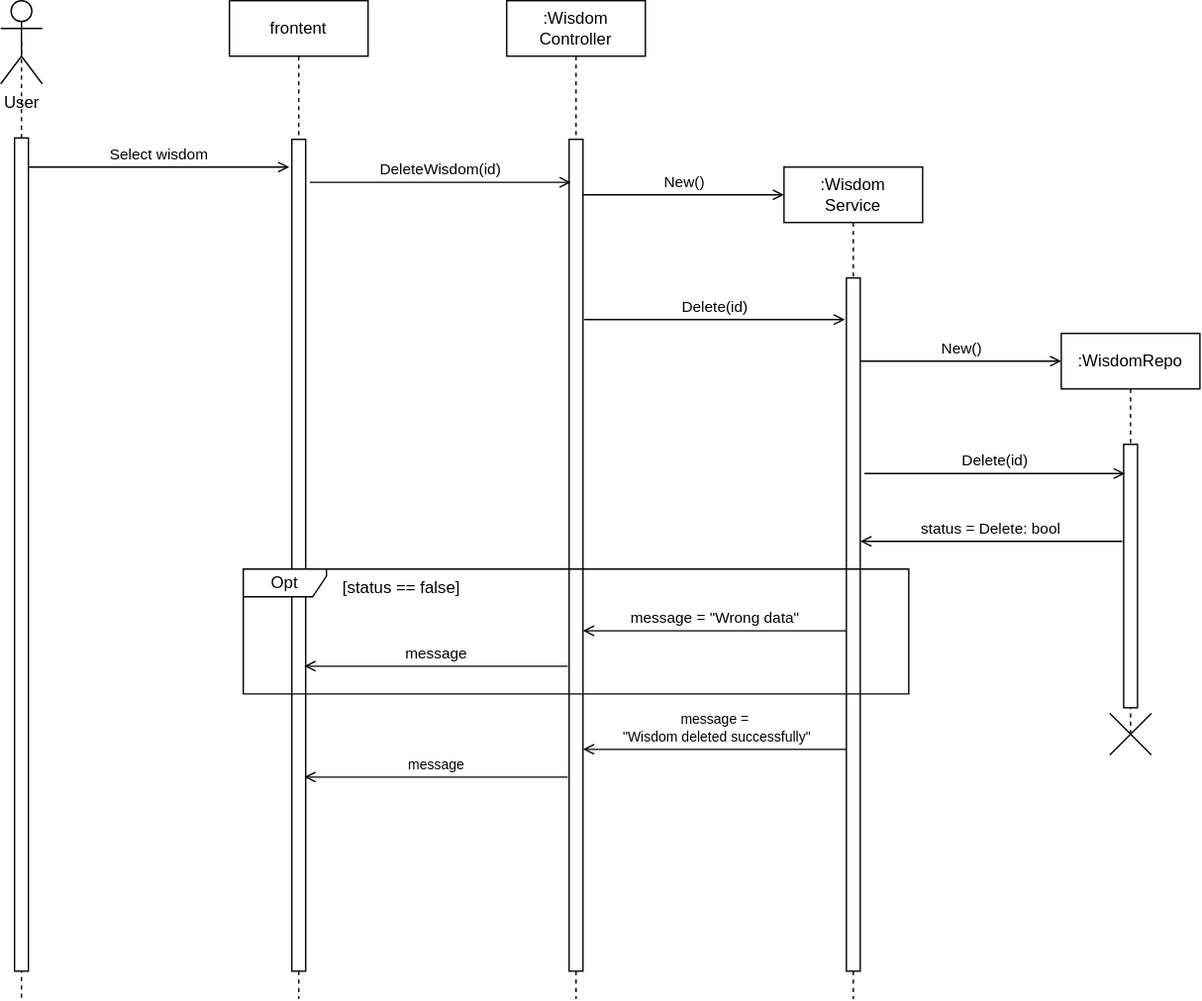
Before: Diagram/Sequence/Manage Wisdom (Delete).svg, a diagram exported from draw.io (Davidemad24/WisdomSystem). Source tidied: cells renumbered, new cells last; positions are measured from the earlier drawing's top-left corner, leaving out a move shared by most shapes. Its diagram source:
```xml
<mxGraphModel>
  <root>
    <mxCell id="0" />
    <mxCell id="1" parent="0" />
    <mxCell id="2" value=":Wisdom&lt;div&gt;Controller&lt;/div&gt;" style="shape=umlLifeline;perimeter=lifelinePerimeter;whiteSpace=wrap;html=1;newEdgeStyle={&quot;edgeStyle&quot;:&quot;elbowEdgeStyle&quot;,&quot;elbow&quot;:&quot;vertical&quot;,&quot;curved&quot;:0,&quot;rounded&quot;:0};" parent="1" vertex="1">
      <mxGeometry x="365" width="100" height="720" as="geometry" />
    </mxCell>
    <mxCell id="3" style="html=1;points=[];perimeter=orthogonalPerimeter;outlineConnect=0;targetShapes=umlLifeline;portConstraint=eastwest;newEdgeStyle={&quot;edgeStyle&quot;:&quot;elbowEdgeStyle&quot;,&quot;elbow&quot;:&quot;vertical&quot;,&quot;curved&quot;:0,&quot;rounded&quot;:0};" parent="2" vertex="1">
      <mxGeometry x="45" y="100" width="10" height="600" as="geometry" />
    </mxCell>
    <mxCell id="4" value=":Wisdom&lt;div&gt;Service&lt;/div&gt;" style="shape=umlLifeline;perimeter=lifelinePerimeter;whiteSpace=wrap;html=1;newEdgeStyle={&quot;edgeStyle&quot;:&quot;elbowEdgeStyle&quot;,&quot;elbow&quot;:&quot;vertical&quot;,&quot;curved&quot;:0,&quot;rounded&quot;:0};" parent="1" vertex="1">
      <mxGeometry x="565" y="120" width="100" height="600" as="geometry" />
    </mxCell>
    <mxCell id="5" style="html=1;perimeter=orthogonalPerimeter;targetShapes=umlLifeline;newEdgeStyle={&quot;edgeStyle&quot;:&quot;elbowEdgeStyle&quot;,&quot;elbow&quot;:&quot;vertical&quot;,&quot;curved&quot;:0,&quot;rounded&quot;:0};" parent="4" vertex="1">
      <mxGeometry x="45" y="80" width="10" height="500" as="geometry" />
    </mxCell>
    <mxCell id="6" value="User" style="shape=umlActor;verticalLabelPosition=bottom;verticalAlign=top;html=1;outlineConnect=0;" parent="1" vertex="1">
      <mxGeometry width="30" height="60" as="geometry" />
    </mxCell>
    <mxCell id="7" style="endArrow=none;dashed=1;html=1;rounded=0;entryX=0.5;entryY=0.5;entryDx=0;entryDy=0;entryPerimeter=0;" parent="1" edge="1" source="9" target="6">
      <mxGeometry relative="1" as="geometry" />
    </mxCell>
    <mxCell id="8" style="endArrow=none;dashed=1;html=1;rounded=0;entryX=0.5;entryY=0.5;entryDx=0;entryDy=0;entryPerimeter=0;" parent="1" edge="1" target="9">
      <mxGeometry relative="1" as="geometry">
        <mxPoint x="15" y="719.2" as="sourcePoint" />
      </mxGeometry>
    </mxCell>
    <mxCell id="9" style="rounded=0;whiteSpace=wrap;html=1;" parent="1" vertex="1">
      <mxGeometry x="10" y="99" width="10" height="601" as="geometry" />
    </mxCell>
    <mxCell id="10" value="DeleteWisdom(id)" style="html=1;verticalAlign=bottom;labelBackgroundColor=none;endArrow=open;endFill=0;rounded=0;exitX=1.28;exitY=0.094;exitDx=0;exitDy=0;exitPerimeter=0;" parent="1" edge="1">
      <mxGeometry relative="1" as="geometry">
        <mxPoint x="223" y="131" as="sourcePoint" />
        <mxPoint x="411.2" y="131" as="targetPoint" />
      </mxGeometry>
    </mxCell>
    <mxCell id="11" value=":WisdomRepo" style="shape=umlLifeline;perimeter=lifelinePerimeter;whiteSpace=wrap;html=1;newEdgeStyle={&quot;edgeStyle&quot;:&quot;elbowEdgeStyle&quot;,&quot;elbow&quot;:&quot;vertical&quot;,&quot;curved&quot;:0,&quot;rounded&quot;:0};" parent="1" vertex="1">
      <mxGeometry x="765" y="240" width="100" height="290" as="geometry" />
    </mxCell>
    <mxCell id="12" style="html=1;perimeter=orthogonalPerimeter;targetShapes=umlLifeline;newEdgeStyle={&quot;edgeStyle&quot;:&quot;elbowEdgeStyle&quot;,&quot;elbow&quot;:&quot;vertical&quot;,&quot;curved&quot;:0,&quot;rounded&quot;:0};" parent="11" vertex="1">
      <mxGeometry x="45" y="80" width="10" height="190" as="geometry" />
    </mxCell>
    <mxCell id="13" value="New()" style="html=1;verticalAlign=bottom;labelBackgroundColor=none;endArrow=open;endFill=0;rounded=0;" parent="1" edge="1" source="3">
      <mxGeometry relative="1" as="geometry">
        <mxPoint x="565" y="140" as="targetPoint" />
      </mxGeometry>
    </mxCell>
    <mxCell id="14" value="Delete(id)" style="html=1;verticalAlign=bottom;labelBackgroundColor=none;endArrow=open;endFill=0;rounded=0;exitX=1.28;exitY=0.094;exitDx=0;exitDy=0;exitPerimeter=0;" parent="1" edge="1">
      <mxGeometry relative="1" as="geometry">
        <mxPoint x="421" y="230" as="sourcePoint" />
        <mxPoint x="609" y="230" as="targetPoint" />
      </mxGeometry>
    </mxCell>
    <mxCell id="15" value="New()" style="html=1;verticalAlign=bottom;labelBackgroundColor=none;endArrow=open;endFill=0;rounded=0;" parent="1" edge="1">
      <mxGeometry relative="1" as="geometry">
        <mxPoint x="620" y="260" as="sourcePoint" />
        <mxPoint x="765" y="260" as="targetPoint" />
      </mxGeometry>
    </mxCell>
    <mxCell id="16" value="Delete(id)" style="html=1;verticalAlign=bottom;labelBackgroundColor=none;endArrow=open;endFill=0;rounded=0;exitX=1.28;exitY=0.094;exitDx=0;exitDy=0;exitPerimeter=0;" parent="1" edge="1">
      <mxGeometry relative="1" as="geometry">
        <mxPoint x="623" y="341" as="sourcePoint" />
        <mxPoint x="811" y="341" as="targetPoint" />
      </mxGeometry>
    </mxCell>
    <mxCell id="17" value="status = Delete: bool" style="html=1;verticalAlign=bottom;labelBackgroundColor=none;endArrow=open;endFill=0;rounded=0;" parent="1" edge="1">
      <mxGeometry relative="1" as="geometry">
        <mxPoint x="809" y="390" as="sourcePoint" />
        <mxPoint x="620" y="390" as="targetPoint" />
      </mxGeometry>
    </mxCell>
    <mxCell id="18" style="shape=umlDestroy;html=1;" parent="1" vertex="1">
      <mxGeometry x="800" y="514" width="30" height="30" as="geometry" />
    </mxCell>
    <mxCell id="19" value="&lt;span style=&quot;font-size: 10px;&quot;&gt;message&lt;/span&gt;" style="html=1;verticalAlign=bottom;labelBackgroundColor=none;endArrow=open;endFill=0;rounded=0;" parent="1" edge="1">
      <mxGeometry relative="1" as="geometry">
        <mxPoint x="409" y="560" as="sourcePoint" />
        <mxPoint x="219" y="560" as="targetPoint" />
      </mxGeometry>
    </mxCell>
    <mxCell id="20" value="frontent" style="shape=umlLifeline;perimeter=lifelinePerimeter;whiteSpace=wrap;html=1;newEdgeStyle={&quot;edgeStyle&quot;:&quot;elbowEdgeStyle&quot;,&quot;elbow&quot;:&quot;vertical&quot;,&quot;curved&quot;:0,&quot;rounded&quot;:0};" parent="1" vertex="1">
      <mxGeometry x="165" width="100" height="720" as="geometry" />
    </mxCell>
    <mxCell id="21" style="html=1;perimeter=orthogonalPerimeter;targetShapes=umlLifeline;newEdgeStyle={&quot;edgeStyle&quot;:&quot;elbowEdgeStyle&quot;,&quot;elbow&quot;:&quot;vertical&quot;,&quot;curved&quot;:0,&quot;rounded&quot;:0};" parent="20" vertex="1">
      <mxGeometry x="45" y="100" width="10" height="600" as="geometry" />
    </mxCell>
    <mxCell id="22" value="Opt" style="shape=umlFrame;whiteSpace=wrap;html=1;width=60;height=20;" parent="1" vertex="1">
      <mxGeometry x="175" y="410" width="480" height="90" as="geometry" />
    </mxCell>
    <mxCell id="23" value="[status == false]" style="text;html=1;" parent="22" vertex="1">
      <mxGeometry width="100" height="20" relative="1" as="geometry">
        <mxPoint x="70" as="offset" />
      </mxGeometry>
    </mxCell>
    <mxCell id="24" value="message" style="html=1;verticalAlign=bottom;labelBackgroundColor=none;endArrow=open;endFill=0;rounded=0;" parent="22" edge="1">
      <mxGeometry relative="1" as="geometry">
        <mxPoint x="234" y="70" as="sourcePoint" />
        <mxPoint x="44" y="70" as="targetPoint" />
      </mxGeometry>
    </mxCell>
    <mxCell id="25" value="message = &quot;Wrong data&quot;" style="html=1;verticalAlign=bottom;labelBackgroundColor=none;endArrow=open;endFill=0;rounded=0;" parent="22" edge="1">
      <mxGeometry relative="1" as="geometry">
        <mxPoint x="435" y="44.5" as="sourcePoint" />
        <mxPoint x="245" y="44.5" as="targetPoint" />
      </mxGeometry>
    </mxCell>
    <mxCell id="26" value="Select wisdom" style="html=1;verticalAlign=bottom;labelBackgroundColor=none;endArrow=open;endFill=0;rounded=0;exitX=1.28;exitY=0.094;exitDx=0;exitDy=0;exitPerimeter=0;" parent="1" edge="1">
      <mxGeometry relative="1" as="geometry">
        <mxPoint x="20" y="120" as="sourcePoint" />
        <mxPoint x="208.2" y="120" as="targetPoint" />
      </mxGeometry>
    </mxCell>
    <mxCell id="27" value="&lt;span style=&quot;font-size: 10px;&quot;&gt;message =&lt;/span&gt;&lt;div&gt;&lt;span style=&quot;font-size: 10px;&quot;&gt;&amp;nbsp;&quot;Wisdom deleted successfully&quot;&lt;/span&gt;&lt;/div&gt;" style="html=1;verticalAlign=bottom;labelBackgroundColor=none;endArrow=open;endFill=0;rounded=0;" parent="1" edge="1">
      <mxGeometry relative="1" as="geometry">
        <mxPoint x="610" y="540" as="sourcePoint" />
        <mxPoint x="420" y="540" as="targetPoint" />
      </mxGeometry>
    </mxCell>
  </root>
</mxGraphModel>
```
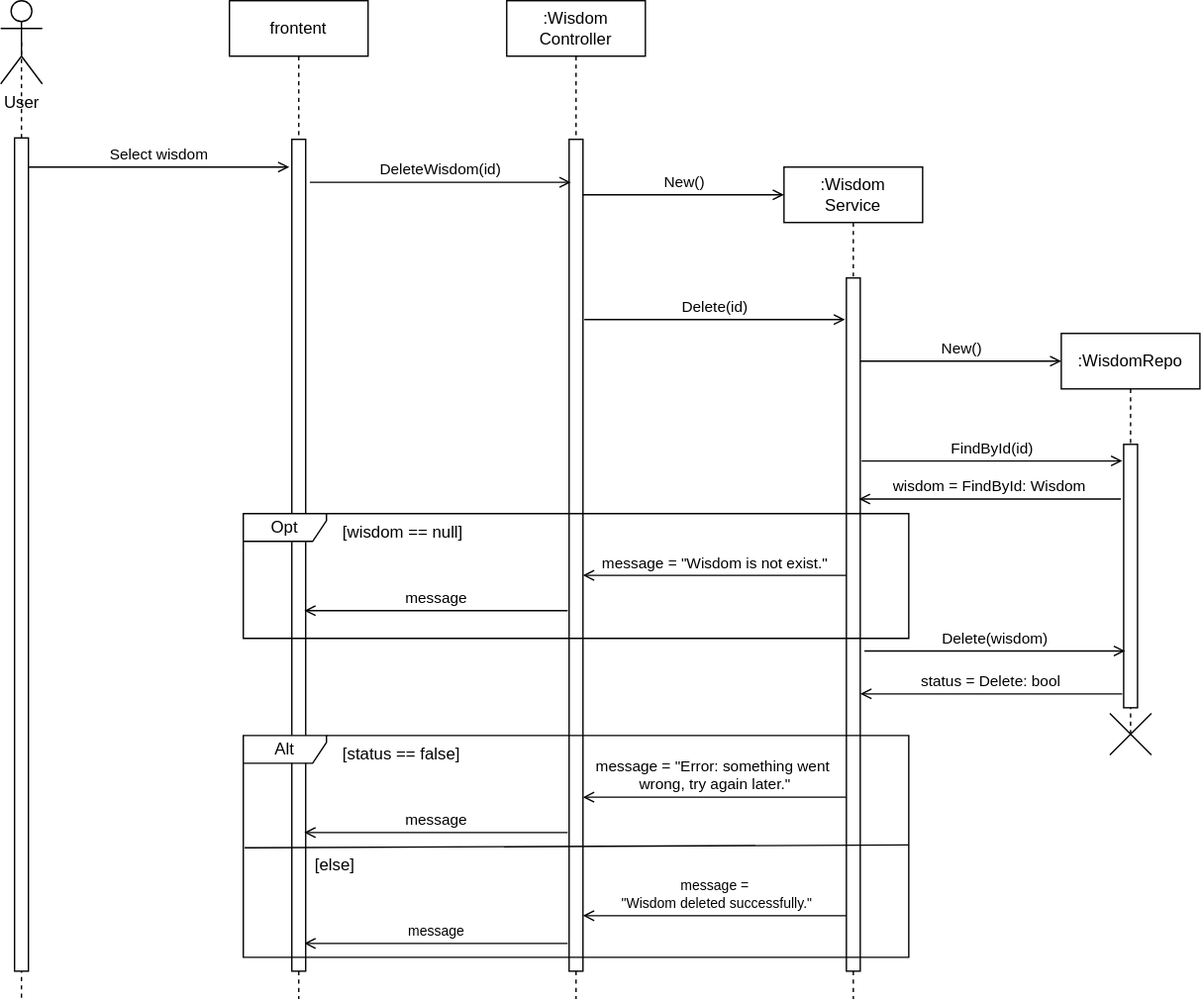
Later version of the same file.

Change to the diagram source:
```diff
@@ -57,16 +57,16 @@
         <mxPoint x="765" y="260" as="targetPoint" />
       </mxGeometry>
     </mxCell>
-    <mxCell id="16" value="Delete(id)" style="html=1;verticalAlign=bottom;labelBackgroundColor=none;endArrow=open;endFill=0;rounded=0;exitX=1.28;exitY=0.094;exitDx=0;exitDy=0;exitPerimeter=0;" parent="1" edge="1">
+    <mxCell id="16" value="Delete(wisdom)" style="html=1;verticalAlign=bottom;labelBackgroundColor=none;endArrow=open;endFill=0;rounded=0;exitX=1.28;exitY=0.094;exitDx=0;exitDy=0;exitPerimeter=0;" parent="1" edge="1">
       <mxGeometry relative="1" as="geometry">
-        <mxPoint x="623" y="341" as="sourcePoint" />
-        <mxPoint x="811" y="341" as="targetPoint" />
+        <mxPoint x="623" y="469" as="sourcePoint" />
+        <mxPoint x="811" y="469" as="targetPoint" />
       </mxGeometry>
     </mxCell>
     <mxCell id="17" value="status = Delete: bool" style="html=1;verticalAlign=bottom;labelBackgroundColor=none;endArrow=open;endFill=0;rounded=0;" parent="1" edge="1">
       <mxGeometry relative="1" as="geometry">
-        <mxPoint x="809" y="390" as="sourcePoint" />
-        <mxPoint x="620" y="390" as="targetPoint" />
+        <mxPoint x="809" y="500" as="sourcePoint" />
+        <mxPoint x="620" y="500" as="targetPoint" />
       </mxGeometry>
     </mxCell>
     <mxCell id="18" style="shape=umlDestroy;html=1;" parent="1" vertex="1">
@@ -74,8 +74,8 @@
     </mxCell>
     <mxCell id="19" value="&lt;span style=&quot;font-size: 10px;&quot;&gt;message&lt;/span&gt;" style="html=1;verticalAlign=bottom;labelBackgroundColor=none;endArrow=open;endFill=0;rounded=0;" parent="1" edge="1">
       <mxGeometry relative="1" as="geometry">
-        <mxPoint x="409" y="560" as="sourcePoint" />
-        <mxPoint x="219" y="560" as="targetPoint" />
+        <mxPoint x="409" y="680" as="sourcePoint" />
+        <mxPoint x="219" y="680" as="targetPoint" />
       </mxGeometry>
     </mxCell>
     <mxCell id="20" value="frontent" style="shape=umlLifeline;perimeter=lifelinePerimeter;whiteSpace=wrap;html=1;newEdgeStyle={&quot;edgeStyle&quot;:&quot;elbowEdgeStyle&quot;,&quot;elbow&quot;:&quot;vertical&quot;,&quot;curved&quot;:0,&quot;rounded&quot;:0};" parent="1" vertex="1">
@@ -84,8 +84,8 @@
     <mxCell id="21" style="html=1;perimeter=orthogonalPerimeter;targetShapes=umlLifeline;newEdgeStyle={&quot;edgeStyle&quot;:&quot;elbowEdgeStyle&quot;,&quot;elbow&quot;:&quot;vertical&quot;,&quot;curved&quot;:0,&quot;rounded&quot;:0};" parent="20" vertex="1">
       <mxGeometry x="45" y="100" width="10" height="600" as="geometry" />
     </mxCell>
-    <mxCell id="22" value="Opt" style="shape=umlFrame;whiteSpace=wrap;html=1;width=60;height=20;" parent="1" vertex="1">
-      <mxGeometry x="175" y="410" width="480" height="90" as="geometry" />
+    <mxCell id="22" value="Alt" style="shape=umlFrame;whiteSpace=wrap;html=1;width=60;height=20;" parent="1" vertex="1">
+      <mxGeometry x="175" y="530" width="480" height="160" as="geometry" />
     </mxCell>
     <mxCell id="23" value="[status == false]" style="text;html=1;" parent="22" vertex="1">
       <mxGeometry width="100" height="20" relative="1" as="geometry">
@@ -98,23 +98,64 @@
         <mxPoint x="44" y="70" as="targetPoint" />
       </mxGeometry>
     </mxCell>
-    <mxCell id="25" value="message = &quot;Wrong data&quot;" style="html=1;verticalAlign=bottom;labelBackgroundColor=none;endArrow=open;endFill=0;rounded=0;" parent="22" edge="1">
+    <mxCell id="25" value="message =&amp;nbsp;&lt;span style=&quot;background-color: transparent; color: light-dark(rgb(0, 0, 0), rgb(255, 255, 255));&quot;&gt;&quot;Error: something went&amp;nbsp;&lt;/span&gt;&lt;div&gt;&lt;span style=&quot;background-color: transparent; color: light-dark(rgb(0, 0, 0), rgb(255, 255, 255));&quot;&gt;wrong, try again later.&quot;&lt;/span&gt;&lt;/div&gt;" style="html=1;verticalAlign=bottom;labelBackgroundColor=none;endArrow=open;endFill=0;rounded=0;" parent="22" edge="1">
       <mxGeometry relative="1" as="geometry">
         <mxPoint x="435" y="44.5" as="sourcePoint" />
         <mxPoint x="245" y="44.5" as="targetPoint" />
       </mxGeometry>
     </mxCell>
+    <mxCell id="28" style="endArrow=none;html=1;rounded=0;exitX=0;exitY=0.547;exitDx=0;exitDy=0;exitPerimeter=0;entryX=0.998;entryY=0.534;entryDx=0;entryDy=0;entryPerimeter=0;" parent="22" edge="1">
+      <mxGeometry relative="1" as="geometry">
+        <mxPoint x="1" y="81" as="sourcePoint" />
+        <mxPoint x="480" y="79" as="targetPoint" />
+      </mxGeometry>
+    </mxCell>
+    <mxCell id="29" value="[else]" style="text;html=1;" parent="22" vertex="1">
+      <mxGeometry x="50" y="80" width="100" height="20" as="geometry" />
+    </mxCell>
     <mxCell id="26" value="Select wisdom" style="html=1;verticalAlign=bottom;labelBackgroundColor=none;endArrow=open;endFill=0;rounded=0;exitX=1.28;exitY=0.094;exitDx=0;exitDy=0;exitPerimeter=0;" parent="1" edge="1">
       <mxGeometry relative="1" as="geometry">
         <mxPoint x="20" y="120" as="sourcePoint" />
         <mxPoint x="208.2" y="120" as="targetPoint" />
       </mxGeometry>
     </mxCell>
-    <mxCell id="27" value="&lt;span style=&quot;font-size: 10px;&quot;&gt;message =&lt;/span&gt;&lt;div&gt;&lt;span style=&quot;font-size: 10px;&quot;&gt;&amp;nbsp;&quot;Wisdom deleted successfully&quot;&lt;/span&gt;&lt;/div&gt;" style="html=1;verticalAlign=bottom;labelBackgroundColor=none;endArrow=open;endFill=0;rounded=0;" parent="1" edge="1">
+    <mxCell id="27" value="&lt;span style=&quot;font-size: 10px;&quot;&gt;message =&lt;/span&gt;&lt;div&gt;&lt;span style=&quot;font-size: 10px;&quot;&gt;&amp;nbsp;&quot;Wisdom deleted successfully.&quot;&lt;/span&gt;&lt;/div&gt;" style="html=1;verticalAlign=bottom;labelBackgroundColor=none;endArrow=open;endFill=0;rounded=0;" parent="1" edge="1">
       <mxGeometry relative="1" as="geometry">
-        <mxPoint x="610" y="540" as="sourcePoint" />
-        <mxPoint x="420" y="540" as="targetPoint" />
+        <mxPoint x="610" y="660" as="sourcePoint" />
+        <mxPoint x="420" y="660" as="targetPoint" />
       </mxGeometry>
     </mxCell>
+    <mxCell id="30" value="FindById(id)" style="html=1;verticalAlign=bottom;labelBackgroundColor=none;endArrow=open;endFill=0;rounded=0;exitX=1.28;exitY=0.094;exitDx=0;exitDy=0;exitPerimeter=0;" parent="1" edge="1">
+      <mxGeometry relative="1" as="geometry">
+        <mxPoint x="621" y="332" as="sourcePoint" />
+        <mxPoint x="809" y="332" as="targetPoint" />
+      </mxGeometry>
+    </mxCell>
+    <mxCell id="31" value="wisdom = FindById: Wisdom" style="html=1;verticalAlign=bottom;labelBackgroundColor=none;endArrow=open;endFill=0;rounded=0;" parent="1" edge="1">
+      <mxGeometry relative="1" as="geometry">
+        <mxPoint x="808" y="359.4" as="sourcePoint" />
+        <mxPoint x="619" y="359.4" as="targetPoint" />
+      </mxGeometry>
+    </mxCell>
+    <mxCell id="32" value="Opt" style="shape=umlFrame;whiteSpace=wrap;html=1;width=60;height=20;" parent="1" vertex="1">
+      <mxGeometry x="175" y="370" width="480" height="90" as="geometry" />
+    </mxCell>
+    <mxCell id="33" value="[wisdom == null]" style="text;html=1;" parent="32" vertex="1">
+      <mxGeometry width="100" height="20" relative="1" as="geometry">
+        <mxPoint x="70" as="offset" />
+      </mxGeometry>
+    </mxCell>
+    <mxCell id="34" value="message" style="html=1;verticalAlign=bottom;labelBackgroundColor=none;endArrow=open;endFill=0;rounded=0;" parent="32" edge="1">
+      <mxGeometry relative="1" as="geometry">
+        <mxPoint x="234" y="70" as="sourcePoint" />
+        <mxPoint x="44" y="70" as="targetPoint" />
+      </mxGeometry>
+    </mxCell>
+    <mxCell id="35" value="message = &quot;Wisdom is not exist.&quot;" style="html=1;verticalAlign=bottom;labelBackgroundColor=none;endArrow=open;endFill=0;rounded=0;" parent="32" edge="1">
+      <mxGeometry relative="1" as="geometry">
+        <mxPoint x="435" y="44.5" as="sourcePoint" />
+        <mxPoint x="245" y="44.5" as="targetPoint" />
+      </mxGeometry>
+    </mxCell>
   </root>
 </mxGraphModel>
```
